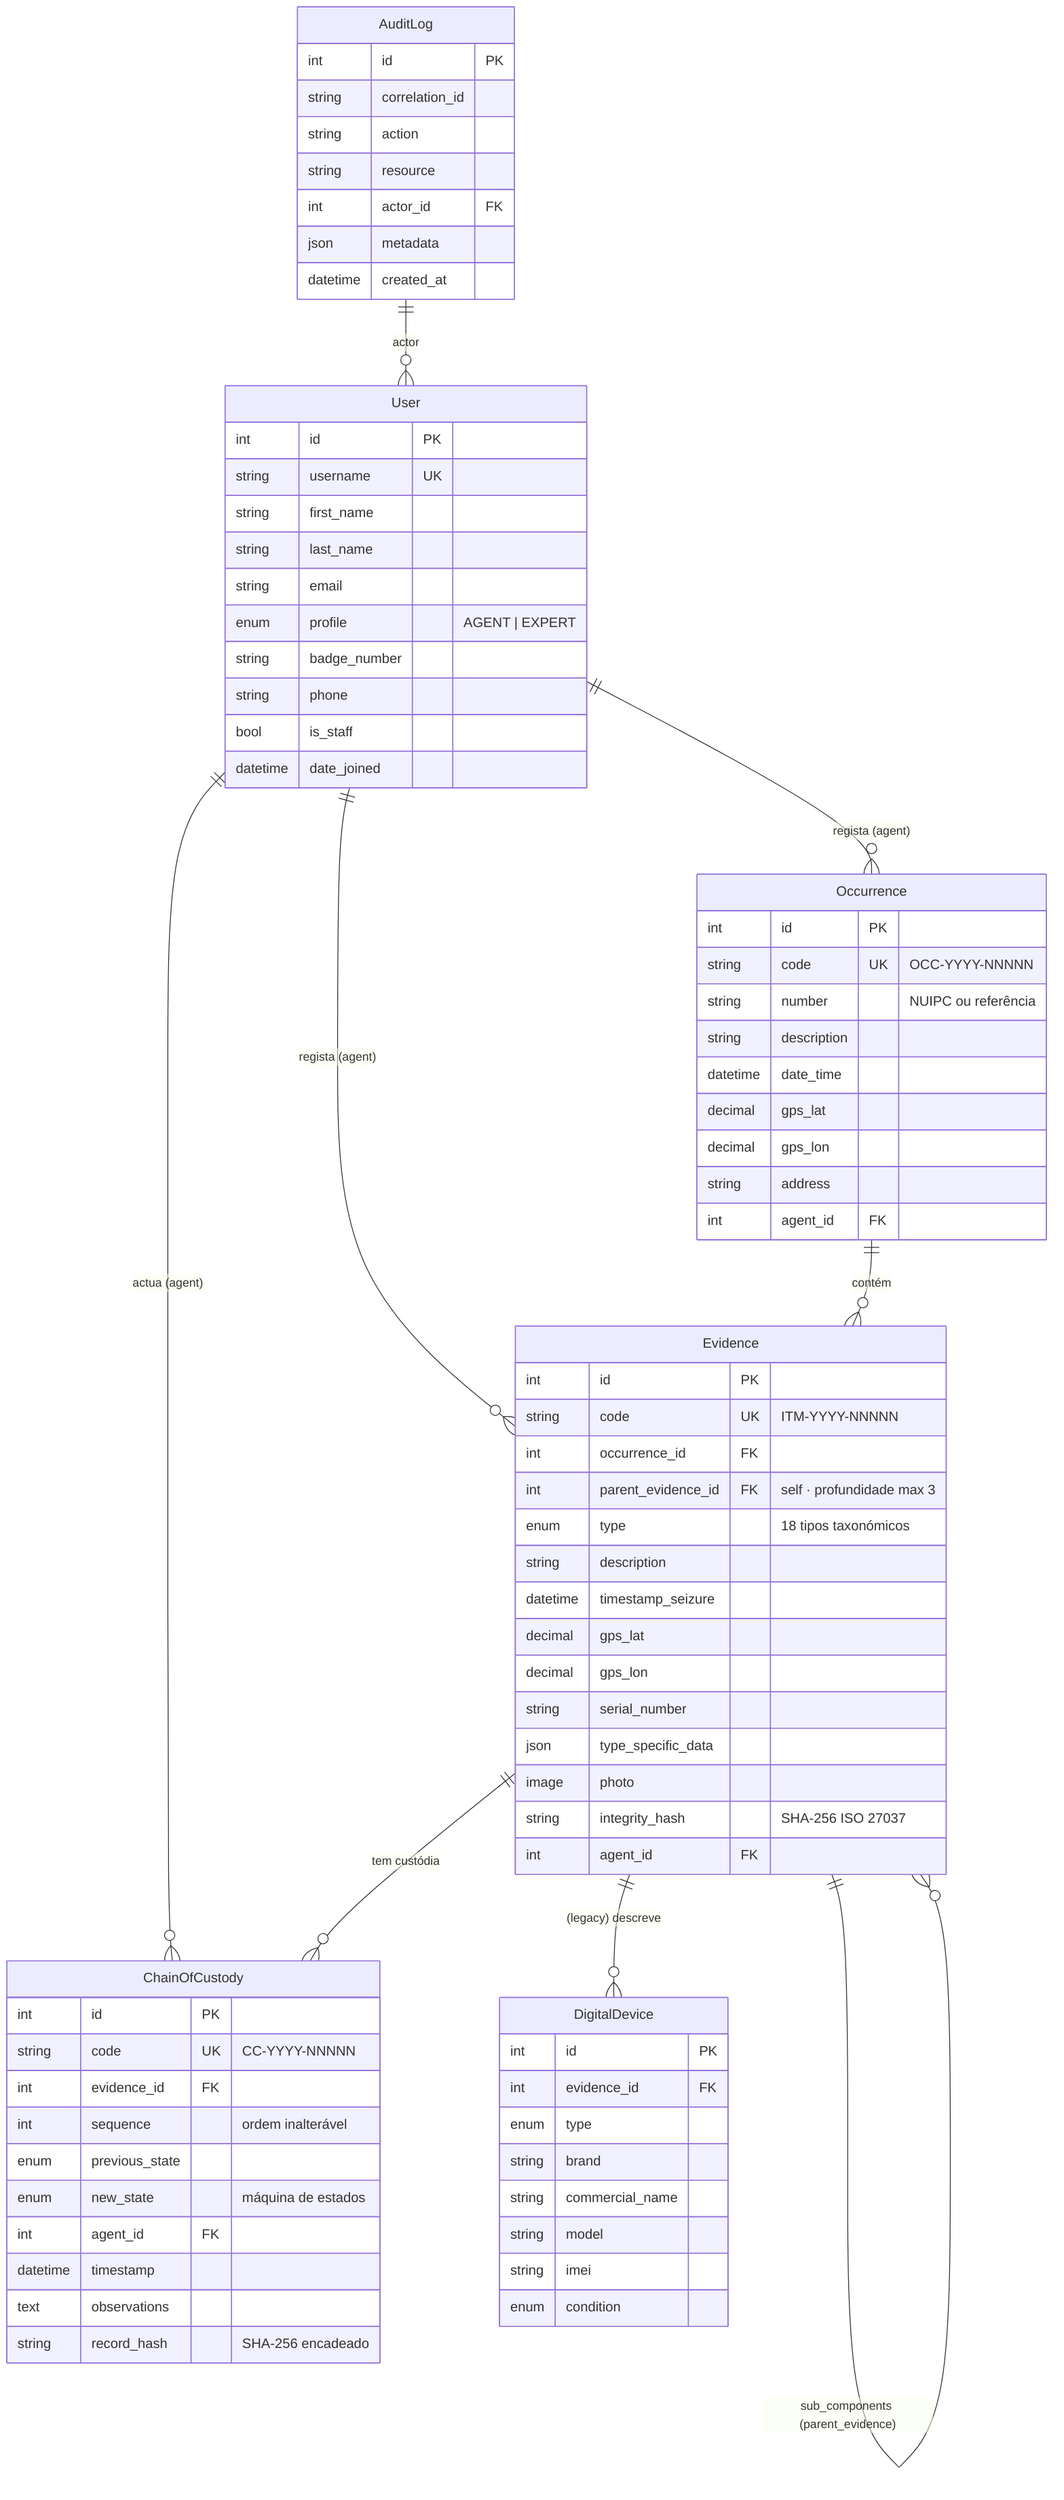
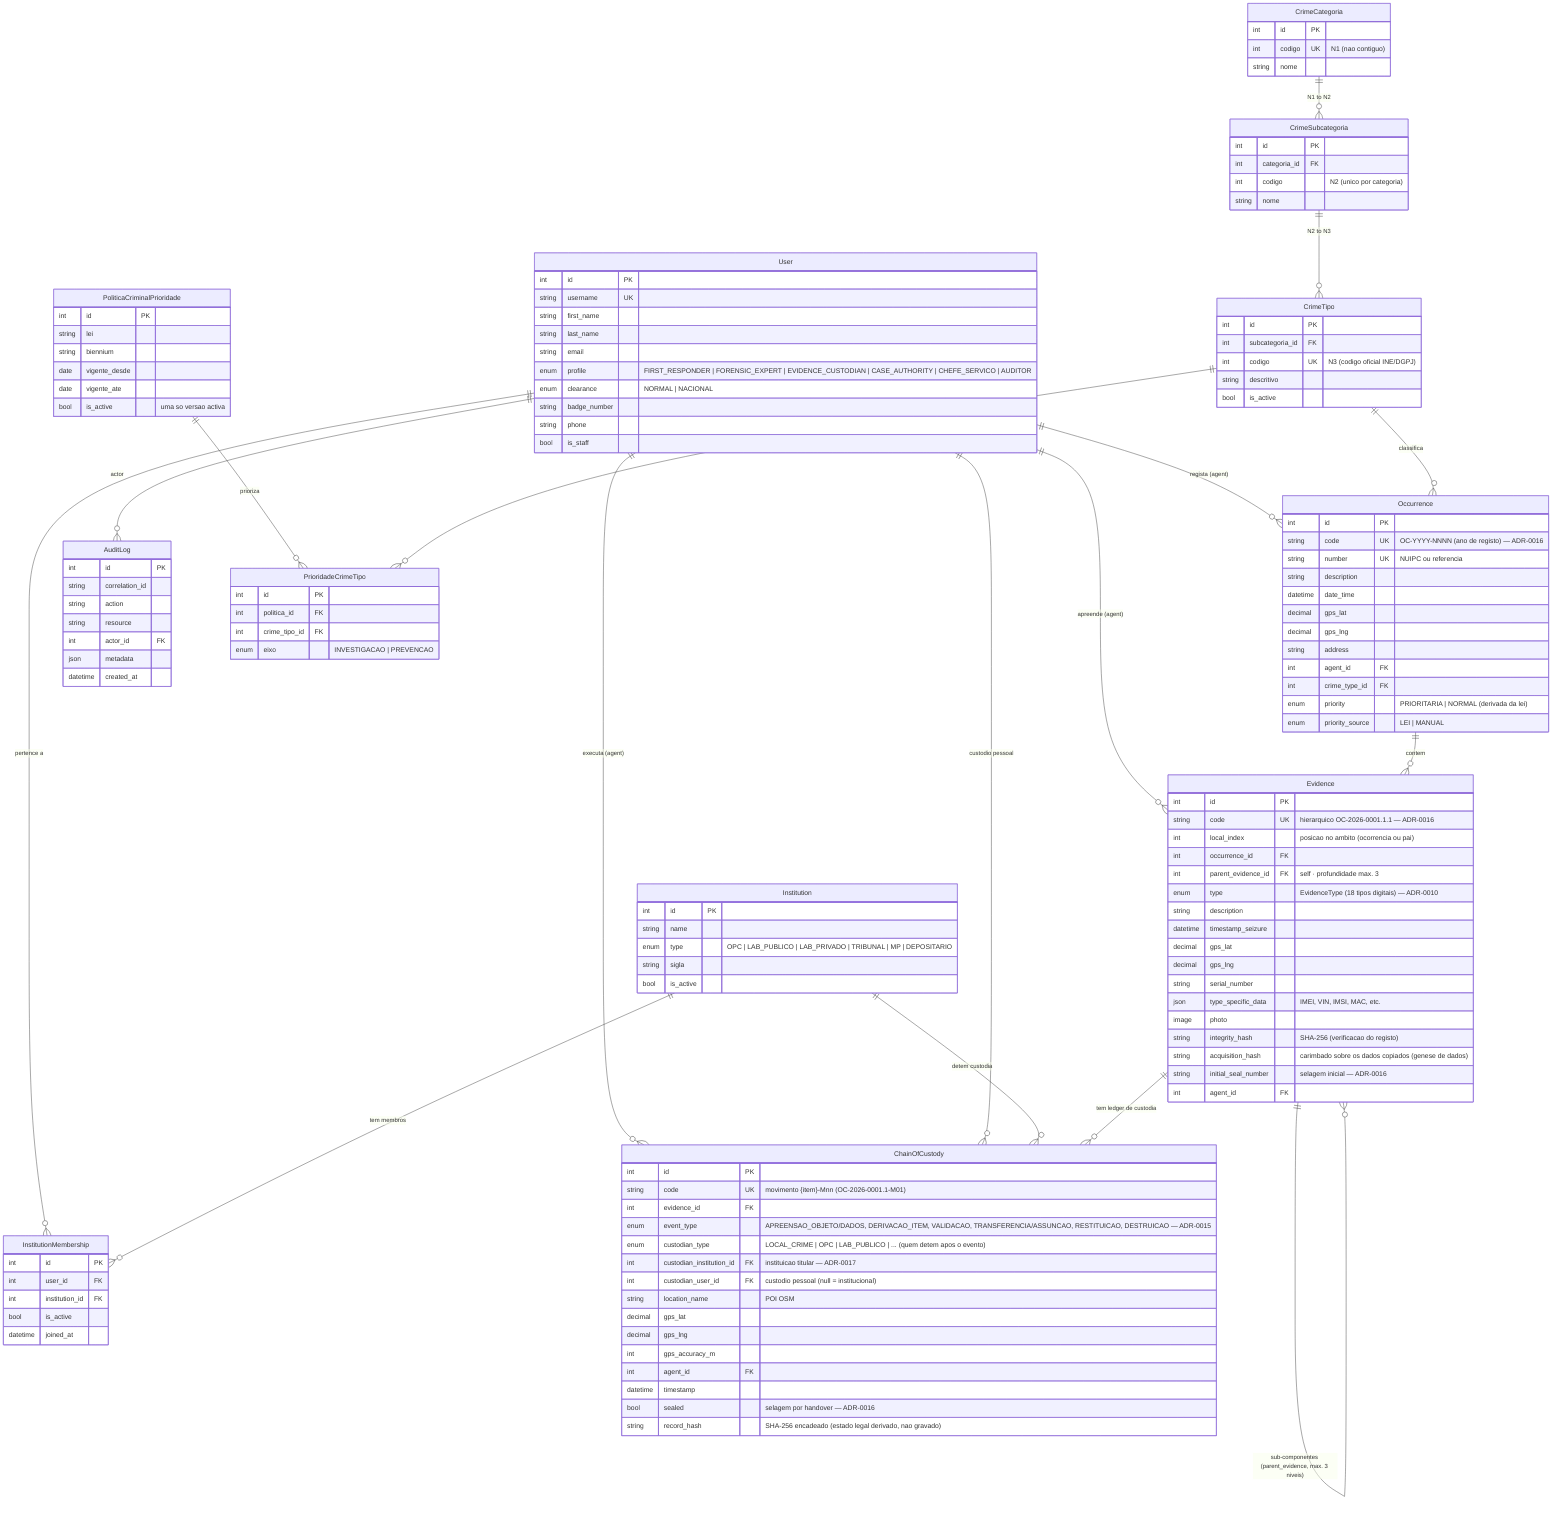
- %% ForensiQ — Modelo Entidade-Relação
- %% Renderizar: npx -p @mermaid-js/mermaid-cli mmdc -i er-forensiq.mmd -o er-forensiq.png -b transparent -w 2000
+ erDiagram
+     User                       ||--o{ InstitutionMembership : "pertence a"
+     Institution                ||--o{ InstitutionMembership : "tem membros"
+     User                       ||--o{ Occurrence       : "regista (agent)"
+     User                       ||--o{ Evidence         : "apreende (agent)"
+     User                       ||--o{ ChainOfCustody   : "executa (agent)"
+     User                       ||--o{ ChainOfCustody   : "custodio pessoal"
+     Institution                ||--o{ ChainOfCustody   : "detem custodia"
+     User                       ||--o{ AuditLog         : "actor"

- erDiagram
-     User ||--o{ Occurrence : "regista (agent)"
-     User ||--o{ Evidence   : "regista (agent)"
-     User ||--o{ ChainOfCustody : "actua (agent)"
-     Occurrence ||--o{ Evidence : "contém"
-     Evidence ||--o{ Evidence : "sub_components (parent_evidence)"
-     Evidence ||--o{ ChainOfCustody : "tem custódia"
-     Evidence ||--o{ DigitalDevice : "(legacy) descreve"
+     CrimeCategoria             ||--o{ CrimeSubcategoria : "N1 to N2"
+     CrimeSubcategoria          ||--o{ CrimeTipo         : "N2 to N3"
+     CrimeTipo                  ||--o{ Occurrence        : "classifica"
+     PoliticaCriminalPrioridade ||--o{ PrioridadeCrimeTipo : "prioriza"
+     CrimeTipo                  ||--o{ PrioridadeCrimeTipo : "e priorizado em"
+ 
+     Occurrence                 ||--o{ Evidence          : "contem"
+     Evidence                   ||--o{ Evidence          : "sub-componentes (parent_evidence, max. 3 niveis)"
+     Evidence                   ||--o{ ChainOfCustody    : "tem ledger de custodia"

    User {
        int id PK
        string username UK
        string first_name
        string last_name
        string email
-         enum profile "AGENT | EXPERT"
+         enum profile "FIRST_RESPONDER | FORENSIC_EXPERT | EVIDENCE_CUSTODIAN | CASE_AUTHORITY | CHEFE_SERVICO | AUDITOR"
+         enum clearance "NORMAL | NACIONAL"
        string badge_number
        string phone
        bool is_staff
-         datetime date_joined
+     }
+ 
+     Institution {
+         int id PK
+         string name
+         enum type "OPC | LAB_PUBLICO | LAB_PRIVADO | TRIBUNAL | MP | DEPOSITARIO"
+         string sigla
+         bool is_active
+     }
+ 
+     InstitutionMembership {
+         int id PK
+         int user_id FK
+         int institution_id FK
+         bool is_active
+         datetime joined_at
+     }
+ 
+     CrimeCategoria {
+         int id PK
+         int codigo UK "N1 (nao contiguo)"
+         string nome
+     }
+ 
+     CrimeSubcategoria {
+         int id PK
+         int categoria_id FK
+         int codigo "N2 (unico por categoria)"
+         string nome
+     }
+ 
+     CrimeTipo {
+         int id PK
+         int subcategoria_id FK
+         int codigo UK "N3 (codigo oficial INE/DGPJ)"
+         string descritivo
+         bool is_active
+     }
+ 
+     PoliticaCriminalPrioridade {
+         int id PK
+         string lei
+         string biennium
+         date vigente_desde
+         date vigente_ate
+         bool is_active "uma so versao activa"
+     }
+ 
+     PrioridadeCrimeTipo {
+         int id PK
+         int politica_id FK
+         int crime_tipo_id FK
+         enum eixo "INVESTIGACAO | PREVENCAO"
    }

    Occurrence {
        int id PK
-         string code UK "OCC-YYYY-NNNNN"
-         string number "NUIPC ou referência"
+         string code UK "OC-YYYY-NNNN (ano de registo) — ADR-0016"
+         string number UK "NUIPC ou referencia"
        string description
        datetime date_time
        decimal gps_lat
-         decimal gps_lon
+         decimal gps_lng
        string address
        int agent_id FK
+         int crime_type_id FK
+         enum priority "PRIORITARIA | NORMAL (derivada da lei)"
+         enum priority_source "LEI | MANUAL"
    }

    Evidence {
        int id PK
-         string code UK "ITM-YYYY-NNNNN"
+         string code UK "hierarquico OC-2026-0001.1.1 — ADR-0016"
+         int local_index "posicao no ambito (ocorrencia ou pai)"
        int occurrence_id FK
-         int parent_evidence_id FK "self · profundidade max 3"
-         enum type "18 tipos taxonómicos"
+         int parent_evidence_id FK "self · profundidade max. 3"
+         enum type "EvidenceType (18 tipos digitais) — ADR-0010"
        string description
        datetime timestamp_seizure
        decimal gps_lat
-         decimal gps_lon
+         decimal gps_lng
        string serial_number
-         json type_specific_data
+         json type_specific_data "IMEI, VIN, IMSI, MAC, etc."
        image photo
-         string integrity_hash "SHA-256 ISO 27037"
+         string integrity_hash "SHA-256 (verificacao do registo)"
+         string acquisition_hash "carimbado sobre os dados copiados (genese de dados)"
+         string initial_seal_number "selagem inicial — ADR-0016"
        int agent_id FK
    }

    ChainOfCustody {
        int id PK
-         string code UK "CC-YYYY-NNNNN"
+         string code UK "movimento {item}-Mnn (OC-2026-0001.1-M01)"
        int evidence_id FK
-         int sequence "ordem inalterável"
-         enum previous_state
-         enum new_state "máquina de estados"
+         enum event_type "APREENSAO_OBJETO/DADOS, DERIVACAO_ITEM, VALIDACAO, TRANSFERENCIA/ASSUNCAO, RESTITUICAO, DESTRUICAO — ADR-0015"
+         enum custodian_type "LOCAL_CRIME | OPC | LAB_PUBLICO | ... (quem detem apos o evento)"
+         int custodian_institution_id FK "instituicao titular — ADR-0017"
+         int custodian_user_id FK "custodio pessoal (null = institucional)"
+         string location_name "POI OSM"
+         decimal gps_lat
+         decimal gps_lng
+         int gps_accuracy_m
        int agent_id FK
        datetime timestamp
-         text observations
-         string record_hash "SHA-256 encadeado"
+         bool sealed "selagem por handover — ADR-0016"
+         string record_hash "SHA-256 encadeado (estado legal derivado, nao gravado)"
    }

-     DigitalDevice {
-         int id PK
-         int evidence_id FK
-         enum type
-         string brand
-         string commercial_name
-         string model
-         string imei
-         enum condition
-     }
- 
-     AuditLog ||--o{ User : "actor"
    AuditLog {
        int id PK
        string correlation_id
        string action
        string resource
        int actor_id FK
        json metadata
        datetime created_at
    }
